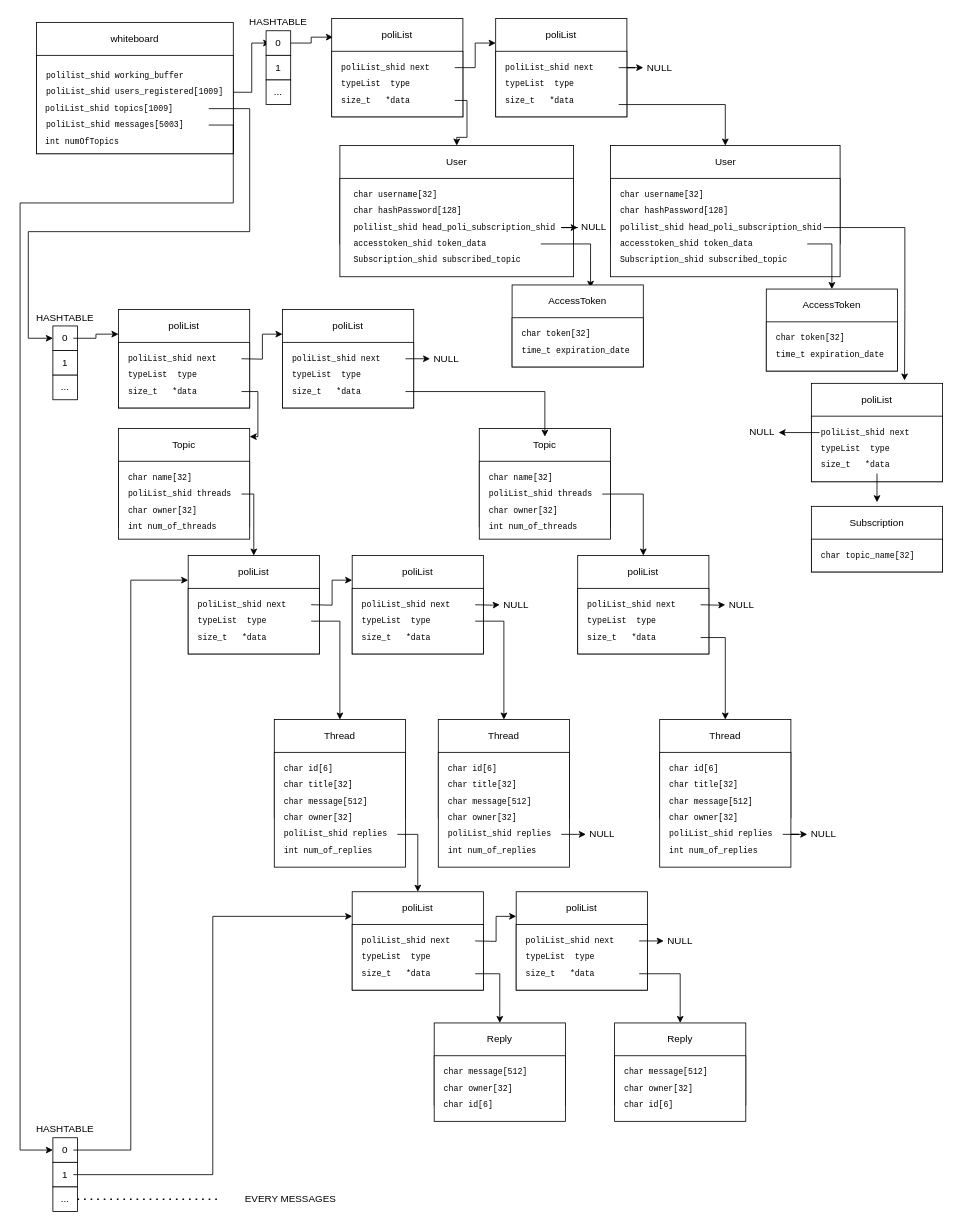
Above: CSaP/data_structure_v4.drawio in tizianocolagrossi/magistrale-appunti (draw.io), before the change. Source tidied: cells renumbered, new cells numbered last; positions are measured from the earlier drawing's top-left corner, leaving out a move shared by most shapes. Both pictures are drawn from the tidied source at 82%, with x=0, y=0 at pixel (20, 14).
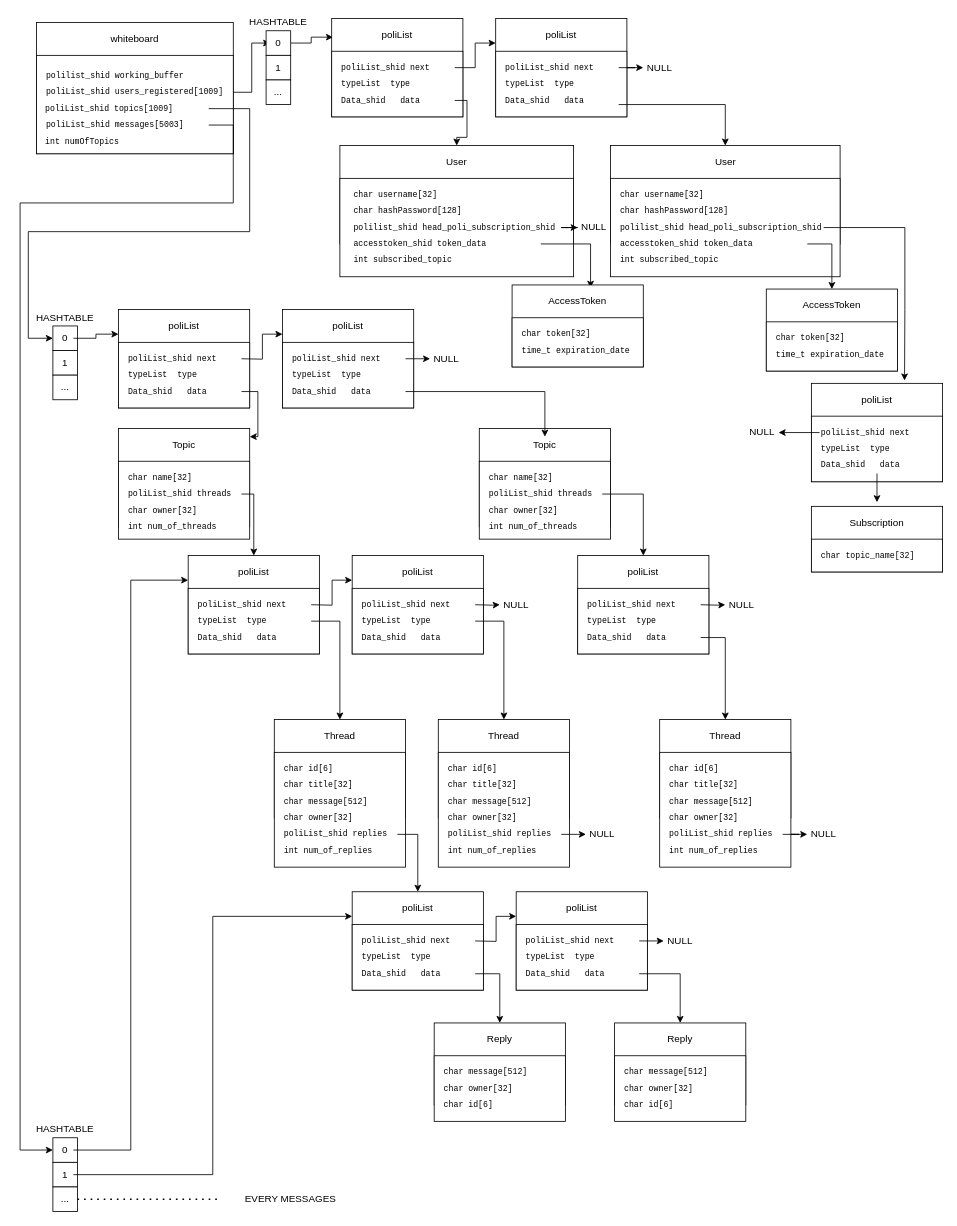
Above is the later version.

The edit, as a diff of the source:
```diff
@@
-    <mxCell id="34" value="&lt;div style=&quot;font-family: &amp;#34;consolas&amp;#34; , &amp;#34;courier new&amp;#34; , monospace ; line-height: 24px&quot;&gt;&lt;font style=&quot;font-size: 10px&quot;&gt;size_t&amp;nbsp; &amp;nbsp;*data&lt;/font&gt;&lt;/div&gt;" style="text;html=1;strokeColor=none;fillColor=none;align=left;verticalAlign=middle;whiteSpace=wrap;rounded=0;labelBackgroundColor=none;" parent="1" vertex="1">
+    <mxCell id="34" value="&lt;div style=&quot;font-family: &amp;#34;consolas&amp;#34; , &amp;#34;courier new&amp;#34; , monospace ; line-height: 24px&quot;&gt;&lt;font style=&quot;font-size: 10px&quot;&gt;Data_shid&amp;nbsp; &amp;nbsp;data&lt;/font&gt;&lt;/div&gt;" style="text;html=1;strokeColor=none;fillColor=none;align=left;verticalAlign=middle;whiteSpace=wrap;rounded=0;labelBackgroundColor=none;" parent="1" vertex="1">
       <mxGeometry x="390" y="95" width="140" height="20" as="geometry" />
     </mxCell>
@@
-    <mxCell id="42" value="&lt;div style=&quot;font-family: &amp;#34;consolas&amp;#34; , &amp;#34;courier new&amp;#34; , monospace ; line-height: 24px&quot;&gt;&lt;font style=&quot;font-size: 10px&quot;&gt;size_t&amp;nbsp; &amp;nbsp;*data&lt;/font&gt;&lt;/div&gt;" style="text;html=1;strokeColor=none;fillColor=none;align=left;verticalAlign=middle;whiteSpace=wrap;rounded=0;labelBackgroundColor=none;" parent="1" vertex="1">
+    <mxCell id="42" value="&lt;div style=&quot;font-family: &amp;#34;consolas&amp;#34; , &amp;#34;courier new&amp;#34; , monospace ; line-height: 24px&quot;&gt;&lt;span style=&quot;font-size: 10px&quot;&gt;Data_shid&amp;nbsp; &amp;nbsp;data&lt;/span&gt;&lt;br&gt;&lt;/div&gt;" style="text;html=1;strokeColor=none;fillColor=none;align=left;verticalAlign=middle;whiteSpace=wrap;rounded=0;labelBackgroundColor=none;" parent="1" vertex="1">
       <mxGeometry x="590" y="95" width="140" height="20" as="geometry" />
     </mxCell>
@@
-    <mxCell id="70" value="&lt;div style=&quot;font-family: &amp;#34;consolas&amp;#34; , &amp;#34;courier new&amp;#34; , monospace ; line-height: 24px&quot;&gt;&lt;font style=&quot;font-size: 10px&quot;&gt;size_t&amp;nbsp; &amp;nbsp;*data&lt;/font&gt;&lt;/div&gt;" style="text;html=1;strokeColor=none;fillColor=none;align=left;verticalAlign=middle;whiteSpace=wrap;rounded=0;labelBackgroundColor=none;" parent="1" vertex="1">
+    <mxCell id="70" value="&lt;div style=&quot;font-family: &amp;#34;consolas&amp;#34; , &amp;#34;courier new&amp;#34; , monospace ; line-height: 24px&quot;&gt;&lt;span style=&quot;font-size: 10px&quot;&gt;Data_shid&amp;nbsp; &amp;nbsp;data&lt;/span&gt;&lt;br&gt;&lt;/div&gt;" style="text;html=1;strokeColor=none;fillColor=none;align=left;verticalAlign=middle;whiteSpace=wrap;rounded=0;labelBackgroundColor=none;" parent="1" vertex="1">
       <mxGeometry x="130" y="450" width="140" height="20" as="geometry" />
     </mxCell>
@@
-    <mxCell id="77" value="&lt;div style=&quot;font-family: &amp;#34;consolas&amp;#34; , &amp;#34;courier new&amp;#34; , monospace ; line-height: 24px&quot;&gt;&lt;font style=&quot;font-size: 10px&quot;&gt;size_t&amp;nbsp; &amp;nbsp;*data&lt;/font&gt;&lt;/div&gt;" style="text;html=1;strokeColor=none;fillColor=none;align=left;verticalAlign=middle;whiteSpace=wrap;rounded=0;labelBackgroundColor=none;" parent="1" vertex="1">
+    <mxCell id="77" value="&lt;div style=&quot;font-family: &amp;#34;consolas&amp;#34; , &amp;#34;courier new&amp;#34; , monospace ; line-height: 24px&quot;&gt;&lt;span style=&quot;font-size: 10px&quot;&gt;Data_shid&amp;nbsp; &amp;nbsp;data&lt;/span&gt;&lt;br&gt;&lt;/div&gt;" style="text;html=1;strokeColor=none;fillColor=none;align=left;verticalAlign=middle;whiteSpace=wrap;rounded=0;labelBackgroundColor=none;" parent="1" vertex="1">
       <mxGeometry x="330" y="450" width="140" height="20" as="geometry" />
     </mxCell>
@@
-    <mxCell id="85" value="&lt;div style=&quot;font-family: &amp;#34;consolas&amp;#34; , &amp;#34;courier new&amp;#34; , monospace ; line-height: 24px&quot;&gt;&lt;font style=&quot;font-size: 10px&quot;&gt;size_t&amp;nbsp; &amp;nbsp;*data&lt;/font&gt;&lt;/div&gt;" style="text;html=1;strokeColor=none;fillColor=none;align=left;verticalAlign=middle;whiteSpace=wrap;rounded=0;labelBackgroundColor=none;" parent="1" vertex="1">
+    <mxCell id="85" value="&lt;div style=&quot;font-family: &amp;#34;consolas&amp;#34; , &amp;#34;courier new&amp;#34; , monospace ; line-height: 24px&quot;&gt;&lt;span style=&quot;font-size: 10px&quot;&gt;Data_shid&amp;nbsp; &amp;nbsp;data&lt;/span&gt;&lt;br&gt;&lt;/div&gt;" style="text;html=1;strokeColor=none;fillColor=none;align=left;verticalAlign=middle;whiteSpace=wrap;rounded=0;labelBackgroundColor=none;" parent="1" vertex="1">
       <mxGeometry x="215" y="750" width="140" height="20" as="geometry" />
     </mxCell>
@@
-    <mxCell id="92" value="&lt;div style=&quot;font-family: &amp;#34;consolas&amp;#34; , &amp;#34;courier new&amp;#34; , monospace ; line-height: 24px&quot;&gt;&lt;font style=&quot;font-size: 10px&quot;&gt;size_t&amp;nbsp; &amp;nbsp;*data&lt;/font&gt;&lt;/div&gt;" style="text;html=1;strokeColor=none;fillColor=none;align=left;verticalAlign=middle;whiteSpace=wrap;rounded=0;labelBackgroundColor=none;" parent="1" vertex="1">
+    <mxCell id="92" value="&lt;div style=&quot;font-family: &amp;#34;consolas&amp;#34; , &amp;#34;courier new&amp;#34; , monospace ; line-height: 24px&quot;&gt;&lt;span style=&quot;font-size: 10px&quot;&gt;Data_shid&amp;nbsp; &amp;nbsp;data&lt;/span&gt;&lt;br&gt;&lt;/div&gt;" style="text;html=1;strokeColor=none;fillColor=none;align=left;verticalAlign=middle;whiteSpace=wrap;rounded=0;labelBackgroundColor=none;" parent="1" vertex="1">
       <mxGeometry x="415" y="750" width="140" height="20" as="geometry" />
     </mxCell>
@@
-    <mxCell id="100" value="&lt;div style=&quot;font-family: &amp;#34;consolas&amp;#34; , &amp;#34;courier new&amp;#34; , monospace ; line-height: 24px&quot;&gt;&lt;font style=&quot;font-size: 10px&quot;&gt;size_t&amp;nbsp; &amp;nbsp;*data&lt;/font&gt;&lt;/div&gt;" style="text;html=1;strokeColor=none;fillColor=none;align=left;verticalAlign=middle;whiteSpace=wrap;rounded=0;labelBackgroundColor=none;" parent="1" vertex="1">
+    <mxCell id="100" value="&lt;div style=&quot;font-family: &amp;#34;consolas&amp;#34; , &amp;#34;courier new&amp;#34; , monospace ; line-height: 24px&quot;&gt;&lt;span style=&quot;font-size: 10px&quot;&gt;Data_shid&amp;nbsp; &amp;nbsp;data&lt;/span&gt;&lt;br&gt;&lt;/div&gt;" style="text;html=1;strokeColor=none;fillColor=none;align=left;verticalAlign=middle;whiteSpace=wrap;rounded=0;labelBackgroundColor=none;" parent="1" vertex="1">
       <mxGeometry x="690" y="750" width="140" height="20" as="geometry" />
     </mxCell>
@@
-    <mxCell id="137" value="&lt;div style=&quot;font-family: &amp;#34;consolas&amp;#34; , &amp;#34;courier new&amp;#34; , monospace ; line-height: 24px&quot;&gt;&lt;font style=&quot;font-size: 10px&quot;&gt;size_t&amp;nbsp; &amp;nbsp;*data&lt;/font&gt;&lt;/div&gt;" style="text;html=1;strokeColor=none;fillColor=none;align=left;verticalAlign=middle;whiteSpace=wrap;rounded=0;labelBackgroundColor=none;" parent="1" vertex="1">
+    <mxCell id="137" value="&lt;div style=&quot;font-family: &amp;#34;consolas&amp;#34; , &amp;#34;courier new&amp;#34; , monospace ; line-height: 24px&quot;&gt;&lt;span style=&quot;font-size: 10px&quot;&gt;Data_shid&amp;nbsp; &amp;nbsp;data&lt;/span&gt;&lt;br&gt;&lt;/div&gt;" style="text;html=1;strokeColor=none;fillColor=none;align=left;verticalAlign=middle;whiteSpace=wrap;rounded=0;labelBackgroundColor=none;" parent="1" vertex="1">
       <mxGeometry x="415" y="1160" width="140" height="20" as="geometry" />
     </mxCell>
@@
-    <mxCell id="144" value="&lt;div style=&quot;font-family: &amp;#34;consolas&amp;#34; , &amp;#34;courier new&amp;#34; , monospace ; line-height: 24px&quot;&gt;&lt;font style=&quot;font-size: 10px&quot;&gt;size_t&amp;nbsp; &amp;nbsp;*data&lt;/font&gt;&lt;/div&gt;" style="text;html=1;strokeColor=none;fillColor=none;align=left;verticalAlign=middle;whiteSpace=wrap;rounded=0;labelBackgroundColor=none;" parent="1" vertex="1">
+    <mxCell id="144" value="&lt;div style=&quot;font-family: &amp;#34;consolas&amp;#34; , &amp;#34;courier new&amp;#34; , monospace ; line-height: 24px&quot;&gt;&lt;span style=&quot;font-size: 10px&quot;&gt;Data_shid&amp;nbsp; &amp;nbsp;data&lt;/span&gt;&lt;br&gt;&lt;/div&gt;" style="text;html=1;strokeColor=none;fillColor=none;align=left;verticalAlign=middle;whiteSpace=wrap;rounded=0;labelBackgroundColor=none;" parent="1" vertex="1">
       <mxGeometry x="615" y="1160" width="140" height="20" as="geometry" />
     </mxCell>
@@
-    <mxCell id="176" value="&lt;div style=&quot;font-family: &amp;#34;consolas&amp;#34; , &amp;#34;courier new&amp;#34; , monospace ; line-height: 24px&quot;&gt;&lt;font style=&quot;font-size: 10px&quot;&gt;Subscription_shid subscribed_topic&lt;/font&gt;&lt;/div&gt;" style="text;html=1;strokeColor=none;fillColor=none;align=left;verticalAlign=middle;whiteSpace=wrap;rounded=0;labelBackgroundColor=none;" parent="1" vertex="1">
+    <mxCell id="176" value="&lt;div style=&quot;font-family: &amp;#34;consolas&amp;#34; , &amp;#34;courier new&amp;#34; , monospace ; line-height: 24px&quot;&gt;&lt;font style=&quot;font-size: 10px&quot;&gt;int subscribed_topic&lt;/font&gt;&lt;/div&gt;" style="text;html=1;strokeColor=none;fillColor=none;align=left;verticalAlign=middle;whiteSpace=wrap;rounded=0;labelBackgroundColor=none;" parent="1" vertex="1">
       <mxGeometry x="405" y="290" width="230" height="20" as="geometry" />
     </mxCell>
@@
-    <mxCell id="186" value="&lt;div style=&quot;font-family: &amp;#34;consolas&amp;#34; , &amp;#34;courier new&amp;#34; , monospace ; line-height: 24px&quot;&gt;&lt;font style=&quot;font-size: 10px&quot;&gt;&lt;font style=&quot;font-size: 10px&quot;&gt;Subscription_shid&lt;/font&gt; subscribed_topic&lt;/font&gt;&lt;/div&gt;" style="text;html=1;strokeColor=none;fillColor=none;align=left;verticalAlign=middle;whiteSpace=wrap;rounded=0;labelBackgroundColor=none;" parent="1" vertex="1">
+    <mxCell id="186" value="&lt;div style=&quot;font-family: &amp;#34;consolas&amp;#34; , &amp;#34;courier new&amp;#34; , monospace ; line-height: 24px&quot;&gt;&lt;font style=&quot;font-size: 10px&quot;&gt;int subscribed_topic&lt;/font&gt;&lt;/div&gt;" style="text;html=1;strokeColor=none;fillColor=none;align=left;verticalAlign=middle;whiteSpace=wrap;rounded=0;labelBackgroundColor=none;" parent="1" vertex="1">
       <mxGeometry x="730" y="290" width="230" height="20" as="geometry" />
     </mxCell>
@@
-    <mxCell id="219" value="&lt;div style=&quot;font-family: &amp;#34;consolas&amp;#34; , &amp;#34;courier new&amp;#34; , monospace ; line-height: 24px&quot;&gt;&lt;font style=&quot;font-size: 10px&quot;&gt;size_t&amp;nbsp; &amp;nbsp;*data&lt;/font&gt;&lt;/div&gt;" style="text;html=1;strokeColor=none;fillColor=none;align=left;verticalAlign=middle;whiteSpace=wrap;rounded=0;labelBackgroundColor=none;" parent="1" vertex="1">
+    <mxCell id="219" value="&lt;div style=&quot;font-family: &amp;#34;consolas&amp;#34; , &amp;#34;courier new&amp;#34; , monospace ; line-height: 24px&quot;&gt;&lt;span style=&quot;font-size: 10px&quot;&gt;Data_shid&amp;nbsp; &amp;nbsp;data&lt;/span&gt;&lt;br&gt;&lt;/div&gt;" style="text;html=1;strokeColor=none;fillColor=none;align=left;verticalAlign=middle;whiteSpace=wrap;rounded=0;labelBackgroundColor=none;" parent="1" vertex="1">
       <mxGeometry x="975" y="540" width="140" height="20" as="geometry" />
     </mxCell>
```
